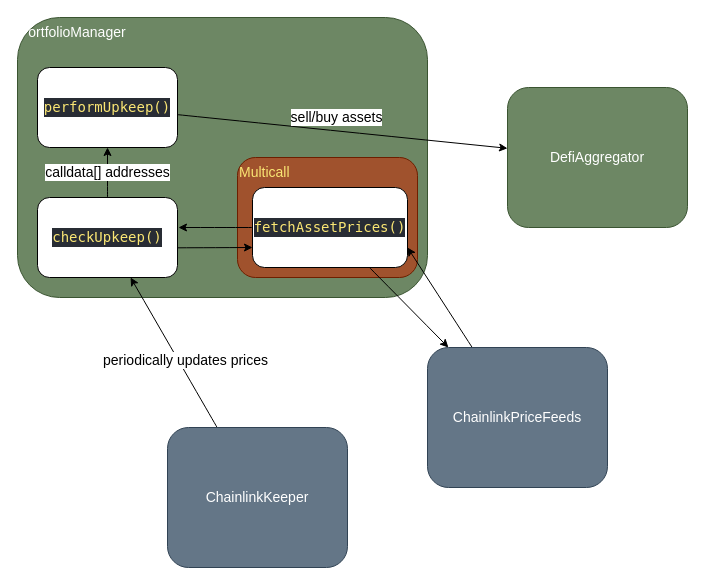
This is logic.drawio from spaceh3ad/PortfolioManager, a draw.io file, before an edit. Source tidied: cells renumbered, new cells numbered last; positions are measured from the earlier drawing's top-left corner, leaving out a move shared by most shapes. Both pictures are drawn from the tidied source at 100%, with x=0, y=0 at pixel (17, 17).
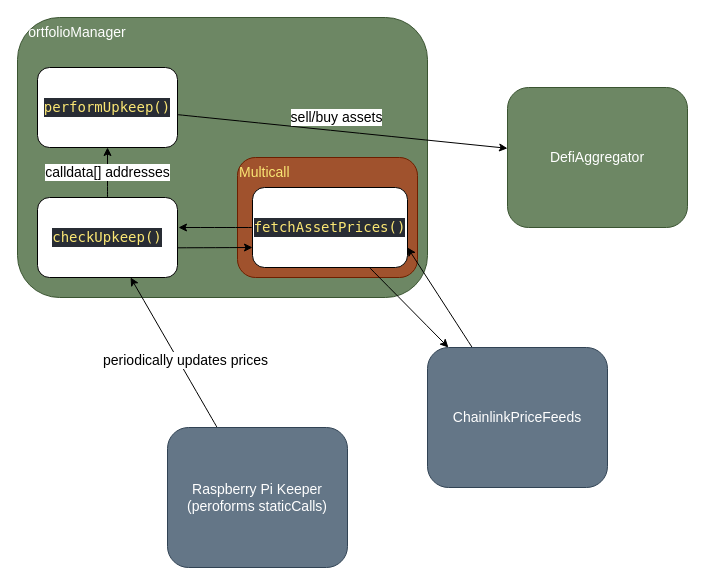
After the change.

Diff of the diagram source:
```diff
@@
 <mxGraphModel>
   <root>
     <mxCell id="0" />
     <mxCell id="1" parent="0" />
     <mxCell id="2" value="&lt;font style=&quot;font-size: 14px&quot;&gt;PortfolioManager&lt;/font&gt;" style="rounded=1;whiteSpace=wrap;html=1;fillColor=#6d8764;fontColor=#ffffff;strokeColor=#3A5431;align=left;verticalAlign=top;" parent="1" vertex="1">
       <mxGeometry width="410" height="280" as="geometry" />
     </mxCell>
     <mxCell id="3" value="&lt;font color=&quot;#fae674&quot;&gt;Multicall&lt;/font&gt;" style="rounded=1;whiteSpace=wrap;html=1;fontSize=14;fillColor=#a0522d;fontColor=#ffffff;strokeColor=#6D1F00;align=left;verticalAlign=top;" parent="1" vertex="1">
       <mxGeometry x="220" y="140" width="180" height="120" as="geometry" />
     </mxCell>
     <mxCell id="4" value="&lt;div style=&quot;color: rgb(187 , 187 , 187) ; background-color: rgb(40 , 44 , 52) ; font-family: &amp;#34;droid sans mono&amp;#34; , &amp;#34;monospace&amp;#34; , monospace ; line-height: 19px&quot;&gt;&lt;/div&gt;periodically updates prices" style="edgeStyle=none;html=1;fontSize=14;curved=1;" parent="1" edge="1" source="5" target="11">
       <mxGeometry x="-0.14" y="-6" relative="1" as="geometry" />
     </mxCell>
-    <mxCell id="5" value="&lt;font style=&quot;font-size: 14px&quot;&gt;ChainlinkKeeper&lt;/font&gt;" style="rounded=1;whiteSpace=wrap;html=1;fillColor=#647687;fontColor=#ffffff;strokeColor=#314354;" parent="1" vertex="1">
+    <mxCell id="5" value="&lt;span style=&quot;font-size: 14px&quot;&gt;Raspberry Pi Keeper&lt;br&gt;(peroforms staticCalls)&lt;br&gt;&lt;/span&gt;" style="rounded=1;whiteSpace=wrap;html=1;fillColor=#647687;fontColor=#ffffff;strokeColor=#314354;" parent="1" vertex="1">
       <mxGeometry x="150" y="410" width="180" height="140" as="geometry" />
     </mxCell>
     <mxCell id="6" value="&lt;font style=&quot;font-size: 14px&quot;&gt;DefiAggregator&lt;/font&gt;" style="rounded=1;whiteSpace=wrap;html=1;fillColor=#6d8764;fontColor=#ffffff;strokeColor=#3A5431;" parent="1" vertex="1">
       <mxGeometry x="490" y="70" width="180" height="140" as="geometry" />
     </mxCell>
     <mxCell id="7" value="sell/buy assets" style="edgeStyle=none;curved=1;html=1;fontSize=14;" parent="1" edge="1" source="8" target="6">
       <mxGeometry x="-0.04" y="13" relative="1" as="geometry" />
     </mxCell>
     <mxCell id="8" value="&lt;div style=&quot;color: rgb(187 , 187 , 187) ; background-color: rgb(40 , 44 , 52) ; font-family: &amp;#34;droid sans mono&amp;#34; , &amp;#34;monospace&amp;#34; , monospace ; line-height: 19px&quot;&gt;&lt;span style=&quot;color: #fae674&quot;&gt;&lt;font style=&quot;font-size: 14px&quot;&gt;performUpkeep()&lt;/font&gt;&lt;/span&gt;&lt;/div&gt;" style="rounded=1;whiteSpace=wrap;html=1;fontSize=14;" parent="1" vertex="1">
       <mxGeometry x="20" y="50" width="140" height="80" as="geometry" />
     </mxCell>
     <mxCell id="9" style="edgeStyle=none;curved=1;html=1;fontSize=14;exitX=0.994;exitY=0.629;exitDx=0;exitDy=0;exitPerimeter=0;entryX=0;entryY=0.75;entryDx=0;entryDy=0;" parent="1" edge="1" source="11" target="14">
       <mxGeometry relative="1" as="geometry" />
     </mxCell>
     <mxCell id="10" value="calldata[] addresses" style="edgeStyle=none;curved=1;html=1;entryX=0.5;entryY=1;entryDx=0;entryDy=0;fontSize=14;" parent="1" edge="1" source="11" target="8">
       <mxGeometry relative="1" as="geometry" />
     </mxCell>
     <mxCell id="11" value="&lt;div style=&quot;color: rgb(187 , 187 , 187) ; background-color: rgb(40 , 44 , 52) ; font-family: &amp;#34;droid sans mono&amp;#34; , &amp;#34;monospace&amp;#34; , monospace ; line-height: 19px&quot;&gt;&lt;span style=&quot;color: #fae674&quot;&gt;&lt;font style=&quot;font-size: 14px&quot;&gt;checkUpkeep()&lt;/font&gt;&lt;/span&gt;&lt;/div&gt;" style="rounded=1;whiteSpace=wrap;html=1;fontSize=14;" parent="1" vertex="1">
       <mxGeometry x="20" y="180" width="140" height="80" as="geometry" />
     </mxCell>
     <mxCell id="12" style="edgeStyle=none;curved=1;html=1;entryX=1.007;entryY=0.375;entryDx=0;entryDy=0;entryPerimeter=0;fontSize=14;" parent="1" edge="1" source="14" target="11">
       <mxGeometry relative="1" as="geometry" />
     </mxCell>
     <mxCell id="13" style="edgeStyle=none;curved=1;html=1;fontSize=14;" parent="1" edge="1" source="14" target="16">
       <mxGeometry relative="1" as="geometry" />
     </mxCell>
     <mxCell id="14" value="&lt;div style=&quot;color: rgb(187 , 187 , 187) ; background-color: rgb(40 , 44 , 52) ; font-family: &amp;#34;droid sans mono&amp;#34; , &amp;#34;monospace&amp;#34; , monospace ; line-height: 19px&quot;&gt;&lt;span style=&quot;color: #fae674&quot;&gt;&lt;font style=&quot;font-size: 14px&quot;&gt;fetchAssetPrices()&lt;/font&gt;&lt;/span&gt;&lt;/div&gt;" style="rounded=1;whiteSpace=wrap;html=1;fontSize=14;" parent="1" vertex="1">
       <mxGeometry x="235" y="170" width="155" height="80" as="geometry" />
     </mxCell>
     <mxCell id="15" style="edgeStyle=none;curved=1;html=1;entryX=1;entryY=0.75;entryDx=0;entryDy=0;fontSize=14;" parent="1" edge="1" source="16" target="14">
       <mxGeometry relative="1" as="geometry" />
     </mxCell>
     <mxCell id="16" value="&lt;font style=&quot;font-size: 14px&quot;&gt;ChainlinkPriceFeeds&lt;/font&gt;" style="rounded=1;whiteSpace=wrap;html=1;fillColor=#647687;fontColor=#ffffff;strokeColor=#314354;" parent="1" vertex="1">
       <mxGeometry x="410" y="330" width="180" height="140" as="geometry" />
     </mxCell>
   </root>
 </mxGraphModel>
```
